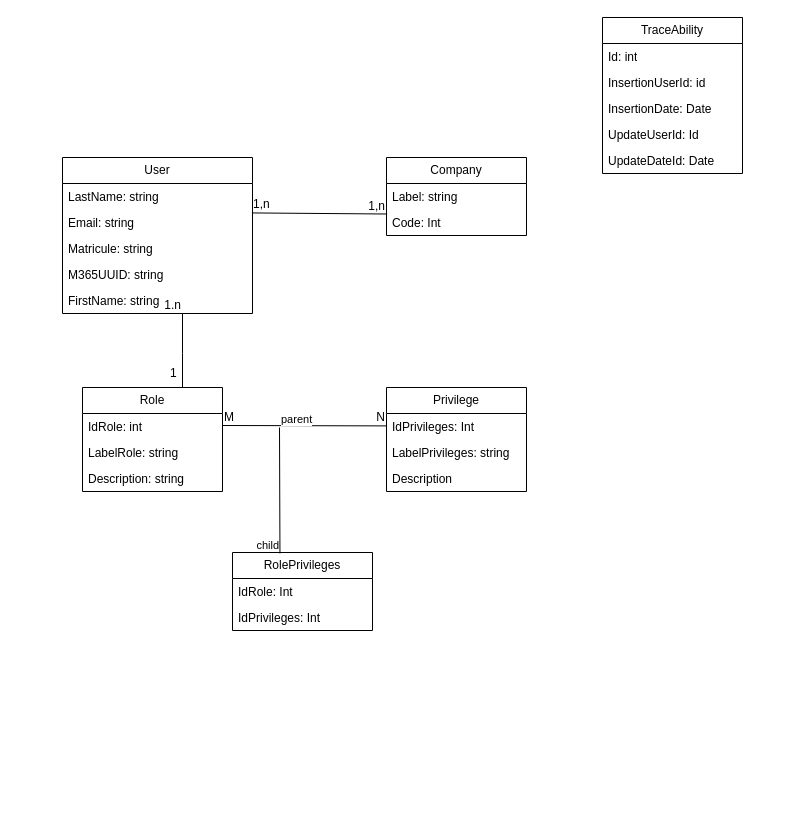
Michelle-Ngami/Conception_DSF keeps this draw.io diagram as Untitled Diagram.drawio. Above is the earlier version. Source tidied: cells renumbered, new cells numbered last; positions are measured from the earlier drawing's top-left corner, leaving out a move shared by most shapes. Both pictures are drawn from the tidied source at 100%, with x=0, y=0 at pixel (62, 17).
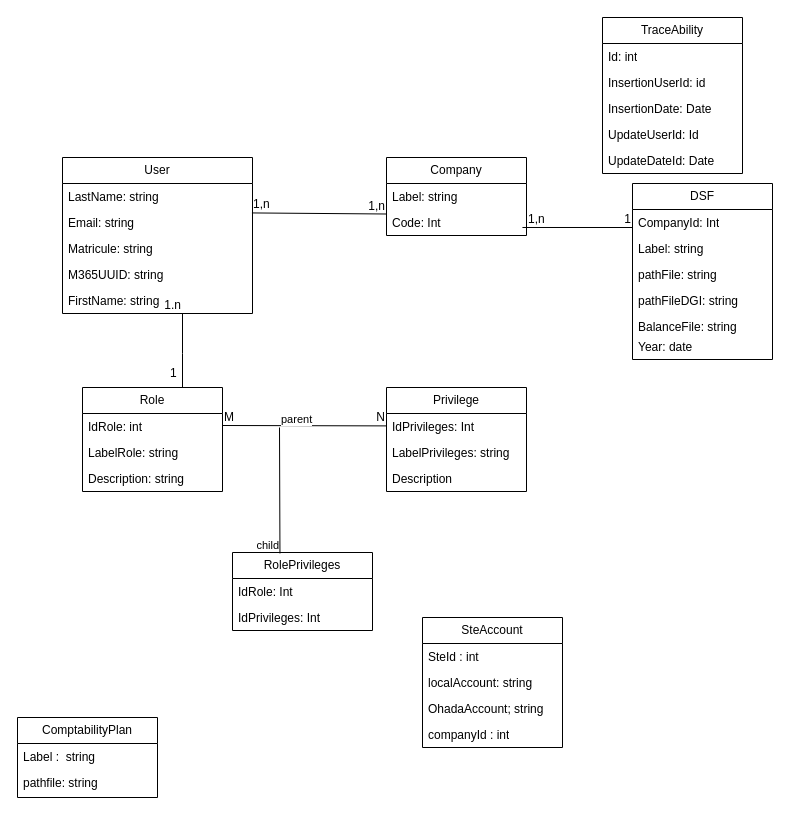
After the change.

Commit message (it also covers changes not shown here):
Mettre à jour Untitled Diagram.drawio

The change refers to these unchanged cells:
```xml
<mxCell id="10" value="Code: Int" style="text;strokeColor=none;fillColor=none;align=left;verticalAlign=top;spacingLeft=4;spacingRight=4;overflow=hidden;points=[[0,0.5],[1,0.5]];portConstraint=eastwest;whiteSpace=wrap;html=1;" parent="8" vertex="1">
  <mxGeometry y="52" width="140" height="26" as="geometry" />
</mxCell>
```

Change to the diagram source:
```diff
@@
+    <mxCell id="40" value="DSF" style="swimlane;fontStyle=0;horizontal=1;startSize=26;fillColor=none;whiteSpace=wrap;html=1;" parent="1" vertex="1">
+      <mxGeometry x="570" y="166" width="140" height="176" as="geometry" />
+    </mxCell>
+    <mxCell id="41" value="CompanyId: Int" style="text;strokeColor=none;fillColor=none;align=left;verticalAlign=top;spacingLeft=4;spacingRight=4;overflow=hidden;whiteSpace=wrap;html=1;" parent="40" vertex="1">
+      <mxGeometry y="26" width="140" height="26" as="geometry" />
+    </mxCell>
+    <mxCell id="42" value="Label: string" style="text;strokeColor=none;fillColor=none;align=left;verticalAlign=top;spacingLeft=4;spacingRight=4;overflow=hidden;whiteSpace=wrap;html=1;" parent="40" vertex="1">
+      <mxGeometry y="52" width="140" height="26" as="geometry" />
+    </mxCell>
+    <mxCell id="43" value="pathFile: string" style="text;strokeColor=none;fillColor=none;align=left;verticalAlign=top;spacingLeft=4;spacingRight=4;overflow=hidden;whiteSpace=wrap;html=1;" parent="40" vertex="1">
+      <mxGeometry y="78" width="140" height="26" as="geometry" />
+    </mxCell>
+    <mxCell id="44" value="pathFileDGI: string" style="text;strokeColor=none;fillColor=none;align=left;verticalAlign=top;spacingLeft=4;spacingRight=4;overflow=hidden;whiteSpace=wrap;html=1;" parent="40" vertex="1">
+      <mxGeometry y="104" width="140" height="26" as="geometry" />
+    </mxCell>
+    <mxCell id="45" value="BalanceFile: string" style="text;strokeColor=none;fillColor=none;align=left;verticalAlign=top;spacingLeft=4;spacingRight=4;overflow=hidden;whiteSpace=wrap;html=1;" parent="40" vertex="1">
+      <mxGeometry y="130" width="140" height="20" as="geometry" />
+    </mxCell>
+    <mxCell id="46" value="Year: date" style="text;strokeColor=none;fillColor=none;align=left;verticalAlign=top;spacingLeft=4;spacingRight=4;overflow=hidden;whiteSpace=wrap;html=1;" parent="40" vertex="1">
+      <mxGeometry y="150" width="140" height="26" as="geometry" />
+    </mxCell>
+    <mxCell id="47" style="endArrow=none;html=1;rounded=0;exitX=0.971;exitY=0.692;exitDx=0;exitDy=0;exitPerimeter=0;" parent="1" edge="1" source="10">
+      <mxGeometry relative="1" as="geometry">
+        <mxPoint x="570" y="210" as="targetPoint" />
+      </mxGeometry>
+    </mxCell>
+    <mxCell id="48" value="1" style="html=1;whiteSpace=wrap;align=right;verticalAlign=bottom;" parent="47" vertex="1">
+      <mxGeometry x="1" relative="1" as="geometry" />
+    </mxCell>
+    <mxCell id="49" value="1,n" style="html=1;whiteSpace=wrap;align=left;verticalAlign=bottom;" parent="1" vertex="1">
+      <mxGeometry x="464" y="210" as="geometry" />
+    </mxCell>
+    <mxCell id="50" value="SteAccount" style="swimlane;fontStyle=0;horizontal=1;startSize=26;fillColor=none;whiteSpace=wrap;html=1;" parent="1" vertex="1">
+      <mxGeometry x="360" y="600" width="140" height="130" as="geometry" />
+    </mxCell>
+    <mxCell id="51" value="SteId : int" style="text;strokeColor=none;fillColor=none;align=left;verticalAlign=top;spacingLeft=4;spacingRight=4;overflow=hidden;whiteSpace=wrap;html=1;" parent="50" vertex="1">
+      <mxGeometry y="26" width="140" height="26" as="geometry" />
+    </mxCell>
+    <mxCell id="52" value="localAccount: string" style="text;strokeColor=none;fillColor=none;align=left;verticalAlign=top;spacingLeft=4;spacingRight=4;overflow=hidden;whiteSpace=wrap;html=1;" parent="50" vertex="1">
+      <mxGeometry y="52" width="140" height="26" as="geometry" />
+    </mxCell>
+    <mxCell id="53" value="OhadaAccount; string" style="text;strokeColor=none;fillColor=none;align=left;verticalAlign=top;spacingLeft=4;spacingRight=4;overflow=hidden;whiteSpace=wrap;html=1;" parent="50" vertex="1">
+      <mxGeometry y="78" width="140" height="26" as="geometry" />
+    </mxCell>
+    <mxCell id="54" value="companyId : int" style="text;strokeColor=none;fillColor=none;align=left;verticalAlign=top;spacingLeft=4;spacingRight=4;overflow=hidden;whiteSpace=wrap;html=1;" parent="50" vertex="1">
+      <mxGeometry y="104" width="140" height="26" as="geometry" />
+    </mxCell>
+    <mxCell id="55" value="ComptabilityPlan" style="swimlane;fontStyle=0;horizontal=1;startSize=26;fillColor=none;whiteSpace=wrap;html=1;" parent="1" vertex="1">
+      <mxGeometry x="-45" y="700" width="140" height="80" as="geometry" />
+    </mxCell>
+    <mxCell id="56" value="Label :&amp;nbsp; string" style="text;strokeColor=none;fillColor=none;align=left;verticalAlign=top;spacingLeft=4;spacingRight=4;overflow=hidden;whiteSpace=wrap;html=1;" parent="55" vertex="1">
+      <mxGeometry y="26" width="140" height="26" as="geometry" />
+    </mxCell>
+    <mxCell id="57" value="pathfile: string" style="text;strokeColor=none;fillColor=none;align=left;verticalAlign=top;spacingLeft=4;spacingRight=4;overflow=hidden;whiteSpace=wrap;html=1;" parent="55" vertex="1">
+      <mxGeometry y="52" width="140" height="28" as="geometry" />
+    </mxCell>
```
